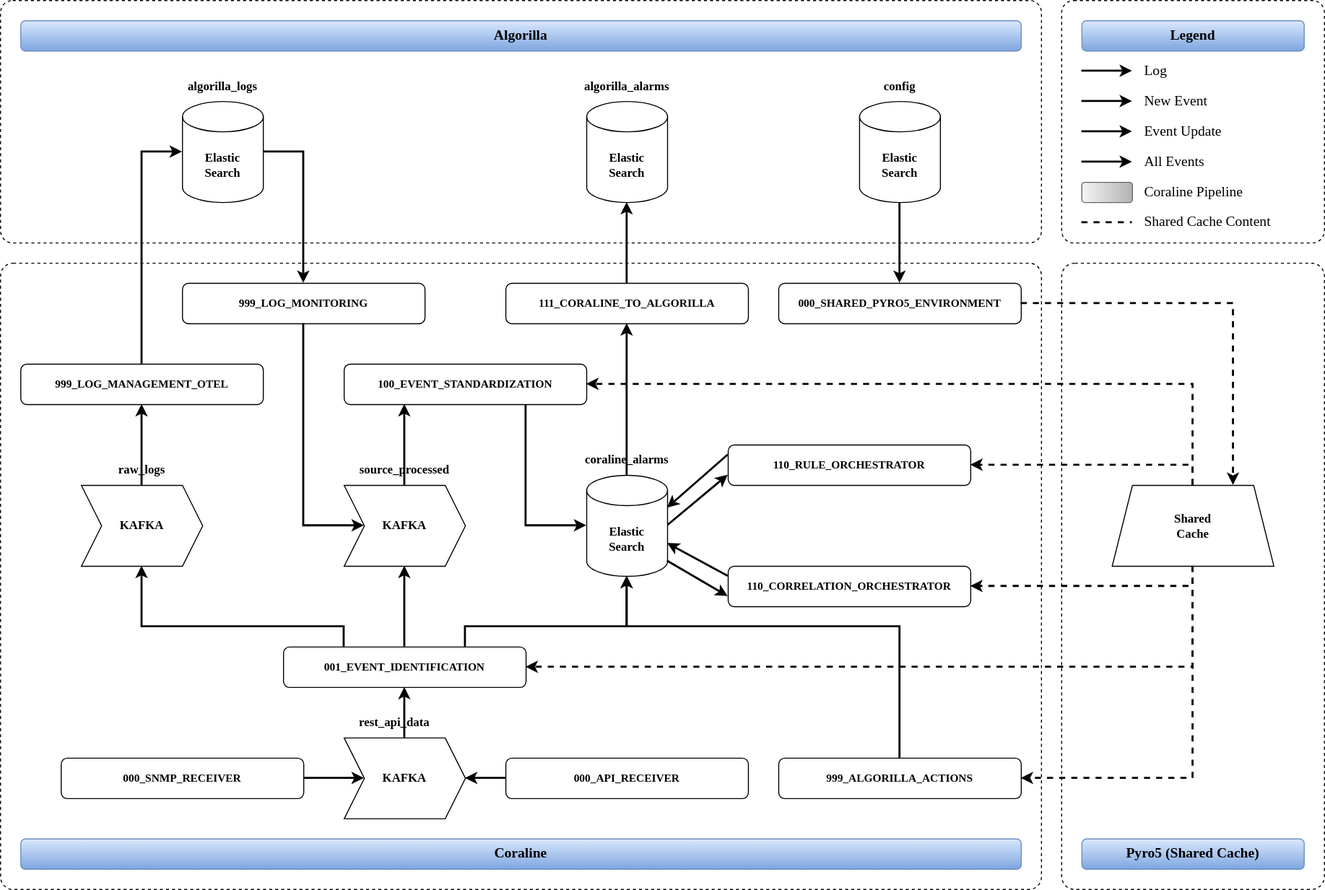
The draw.io diagram Monityr-x_engine.svg in clement-violleau/Monityr-x, before a commit. Source tidied: cells renumbered, new cells last; positions are measured from the earlier drawing's top-left corner, leaving out a move shared by most shapes.
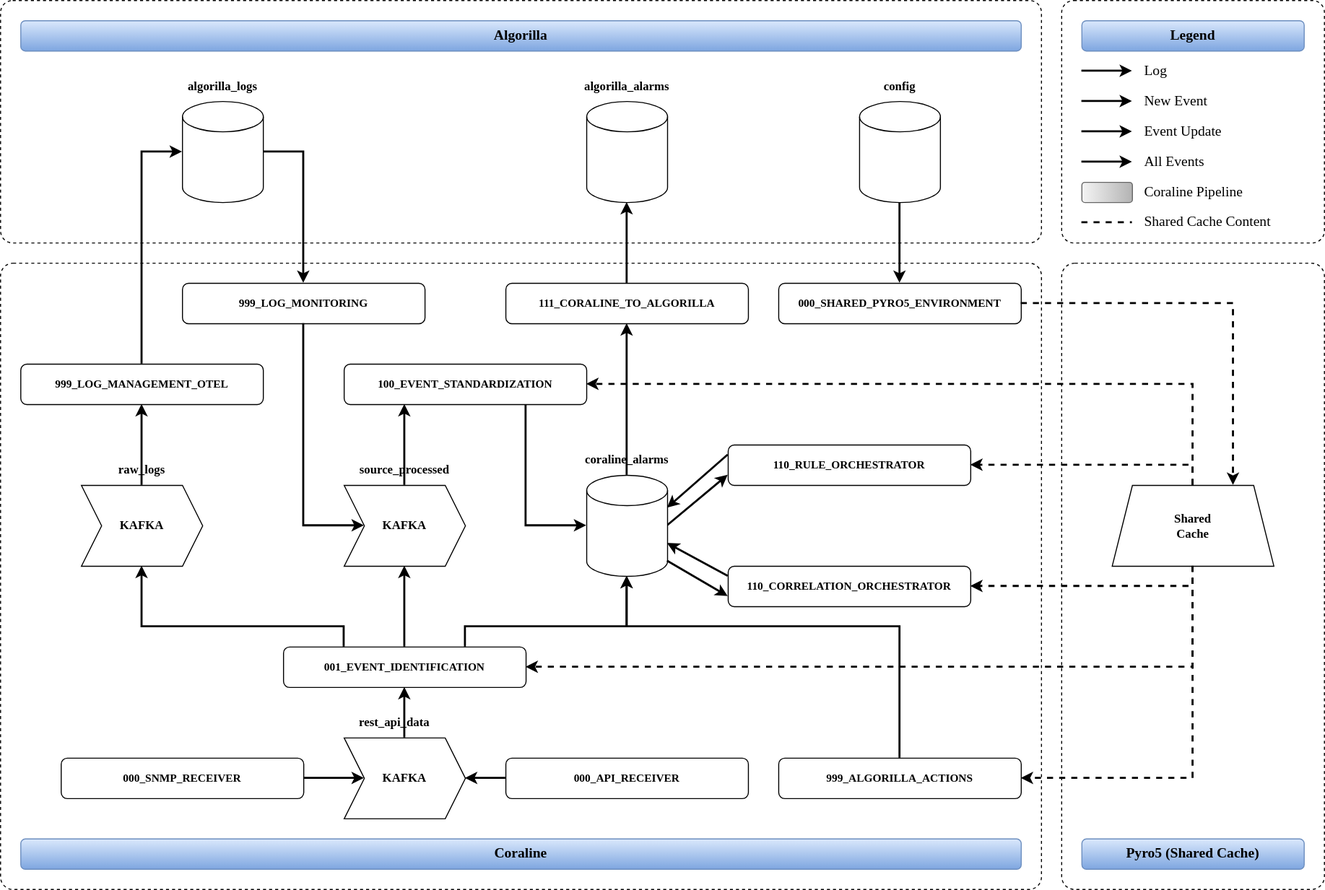
After the commit.

Commit message:
Mettre à jour Monityr-x_engine.svg

What changed in the source:
```diff
@@ -75,7 +75,7 @@
     <mxCell id="22" style="rounded=0;jettySize=auto;html=1;entryX=0.5;entryY=1;entryDx=0;entryDy=0;strokeWidth=2;strokeColor=light-dark(#000000,#7F00FF);fontFamily=Verdana;" parent="1" edge="1" source="23" target="16">
       <mxGeometry relative="1" as="geometry" />
     </mxCell>
-    <mxCell id="23" value="&lt;div&gt;Elastic&lt;/div&gt;&lt;div&gt;Search&lt;/div&gt;" style="shape=cylinder3;whiteSpace=wrap;html=1;boundedLbl=1;backgroundOutline=1;size=15;fontFamily=Verdana;fontStyle=1;" parent="1" vertex="1">
+    <mxCell id="23" style="shape=cylinder3;whiteSpace=wrap;html=1;boundedLbl=1;backgroundOutline=1;size=15;fontFamily=Verdana;fontStyle=1;" parent="1" vertex="1">
       <mxGeometry x="580" y="470" width="80" height="100" as="geometry" />
     </mxCell>
     <mxCell id="24" style="rounded=0;jettySize=auto;html=1;entryX=0.5;entryY=1;entryDx=0;entryDy=0;exitX=0.5;exitY=0;exitDx=0;exitDy=0;edgeStyle=orthogonalEdgeStyle;strokeWidth=2;strokeColor=light-dark(#000000,#009900);fontFamily=Verdana;" parent="1" edge="1" source="51" target="20">
@@ -96,10 +96,10 @@
     <mxCell id="29" style="edgeStyle=orthogonalEdgeStyle;rounded=0;jettySize=auto;html=1;entryX=0.5;entryY=0;entryDx=0;entryDy=0;strokeWidth=2;strokeColor=light-dark(#000000,#009900);exitX=1;exitY=0.5;exitDx=0;exitDy=0;exitPerimeter=0;fontFamily=Verdana;" parent="1" edge="1" source="30" target="61">
       <mxGeometry relative="1" as="geometry" />
     </mxCell>
-    <mxCell id="30" value="&lt;div&gt;Elastic&lt;/div&gt;&lt;div&gt;Search&lt;/div&gt;" style="shape=cylinder3;whiteSpace=wrap;html=1;boundedLbl=1;backgroundOutline=1;size=15;fontFamily=Verdana;fontStyle=1;" parent="1" vertex="1">
+    <mxCell id="30" style="shape=cylinder3;whiteSpace=wrap;html=1;boundedLbl=1;backgroundOutline=1;size=15;fontFamily=Verdana;fontStyle=1;" parent="1" vertex="1">
       <mxGeometry x="180" y="100" width="80" height="100" as="geometry" />
     </mxCell>
-    <mxCell id="31" value="&lt;div&gt;Elastic&lt;/div&gt;&lt;div&gt;Search&lt;/div&gt;" style="shape=cylinder3;whiteSpace=wrap;html=1;boundedLbl=1;backgroundOutline=1;size=15;fontFamily=Verdana;fontStyle=1;" parent="1" vertex="1">
+    <mxCell id="31" style="shape=cylinder3;whiteSpace=wrap;html=1;boundedLbl=1;backgroundOutline=1;size=15;fontFamily=Verdana;fontStyle=1;" parent="1" vertex="1">
       <mxGeometry x="580" y="100" width="80" height="100" as="geometry" />
     </mxCell>
     <mxCell id="32" value="&lt;div&gt;Algorilla&lt;/div&gt;" style="rounded=1;whiteSpace=wrap;html=1;fillColor=#dae8fc;gradientColor=#7ea6e0;strokeColor=#6c8ebf;fontStyle=1;fontSize=14;fontFamily=Verdana;" parent="1" vertex="1">
@@ -132,7 +132,7 @@
     <mxCell id="41" style="edgeStyle=orthogonalEdgeStyle;rounded=0;jettySize=auto;html=1;entryX=0.5;entryY=0;entryDx=0;entryDy=0;strokeWidth=2;fontFamily=Verdana;" parent="1" edge="1" source="42" target="28">
       <mxGeometry relative="1" as="geometry" />
     </mxCell>
-    <mxCell id="42" value="&lt;div&gt;Elastic&lt;/div&gt;&lt;div&gt;Search&lt;/div&gt;" style="shape=cylinder3;whiteSpace=wrap;html=1;boundedLbl=1;backgroundOutline=1;size=15;fontFamily=Verdana;fontStyle=1;" parent="1" vertex="1">
+    <mxCell id="42" style="shape=cylinder3;whiteSpace=wrap;html=1;boundedLbl=1;backgroundOutline=1;size=15;fontFamily=Verdana;fontStyle=1;" parent="1" vertex="1">
       <mxGeometry x="850" y="100" width="80" height="100" as="geometry" />
     </mxCell>
     <mxCell id="43" value="config" style="text;html=1;whiteSpace=wrap;strokeColor=none;fillColor=none;align=center;verticalAlign=middle;rounded=0;fontFamily=Verdana;fontStyle=1;fontSize=12;" parent="1" vertex="1">
```
